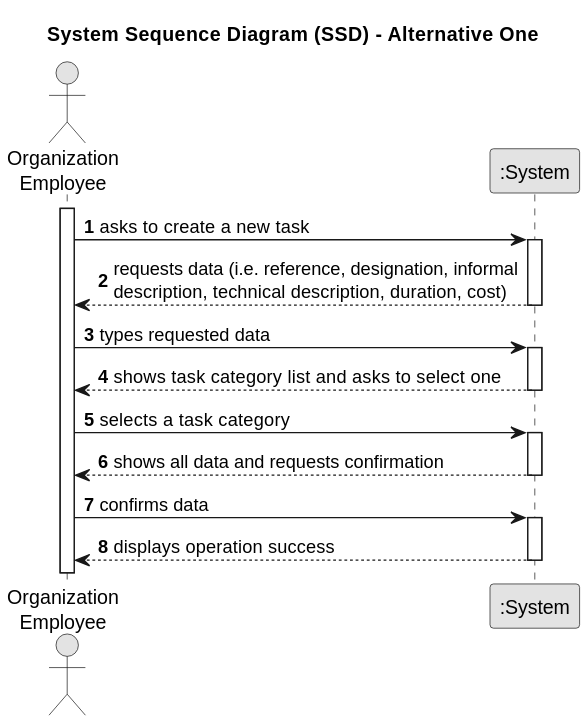
This is docs/sprintA/us006/01.requirements-engineering/svg/us006-system-sequence-diagram.svg from Mendoncaa/LAPR2, a PlantUML export, as it was before one commit. Its diagram source:
```plantuml
@startuml
skinparam monochrome true
skinparam packageStyle rectangle
skinparam shadowing false

title System Sequence Diagram (SSD) - Alternative One

autonumber

actor "Organization\nEmployee" as Employee
participant ":System" as System

activate Employee

    Employee -> System : asks to create a new task
    activate System

        System --> Employee : requests data (i.e. reference, designation, informal\ndescription, technical description, duration, cost)
    deactivate System

    Employee -> System : types requested data
    activate System

        System --> Employee : shows task category list and asks to select one
    deactivate System

    Employee -> System : selects a task category
    activate System

        System --> Employee : shows all data and requests confirmation
    deactivate System

    Employee -> System : confirms data
    activate System

        System --> Employee : displays operation success
    deactivate System
@enduml
```
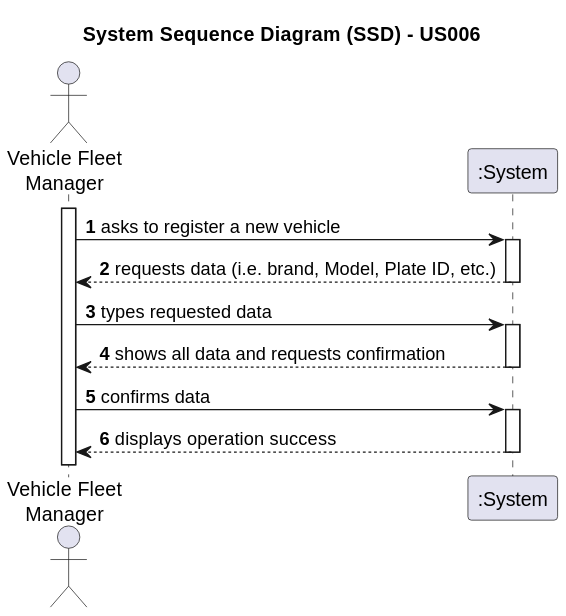
After the commit.

Commit message:
1130277 SVG´s of SSD and Domain Model excerpt for US06 and US07

What changed in the source:
```diff
@@ -1,38 +1,32 @@
 @startuml
-skinparam monochrome true
+skinparam monochrome false
 skinparam packageStyle rectangle
 skinparam shadowing false
 
-title System Sequence Diagram (SSD) - Alternative One
+title System Sequence Diagram (SSD) - US006
 
 autonumber
 
-actor "Organization\nEmployee" as Employee
+actor "Vehicle Fleet\nManager" as FM
 participant ":System" as System
 
-activate Employee
+activate FM
 
-    Employee -> System : asks to create a new task
+    FM -> System : asks to register a new vehicle
     activate System
 
-        System --> Employee : requests data (i.e. reference, designation, informal\ndescription, technical description, duration, cost)
+        System --> FM : requests data (i.e. brand, Model, Plate ID, etc.)
     deactivate System
 
-    Employee -> System : types requested data
+    FM -> System : types requested data
     activate System
 
-        System --> Employee : shows task category list and asks to select one
+        System --> FM : shows all data and requests confirmation
     deactivate System
 
-    Employee -> System : selects a task category
+    FM -> System : confirms data
     activate System
 
-        System --> Employee : shows all data and requests confirmation
-    deactivate System
-
-    Employee -> System : confirms data
-    activate System
-
-        System --> Employee : displays operation success
+        System --> FM : displays operation success
     deactivate System
 @enduml
```
